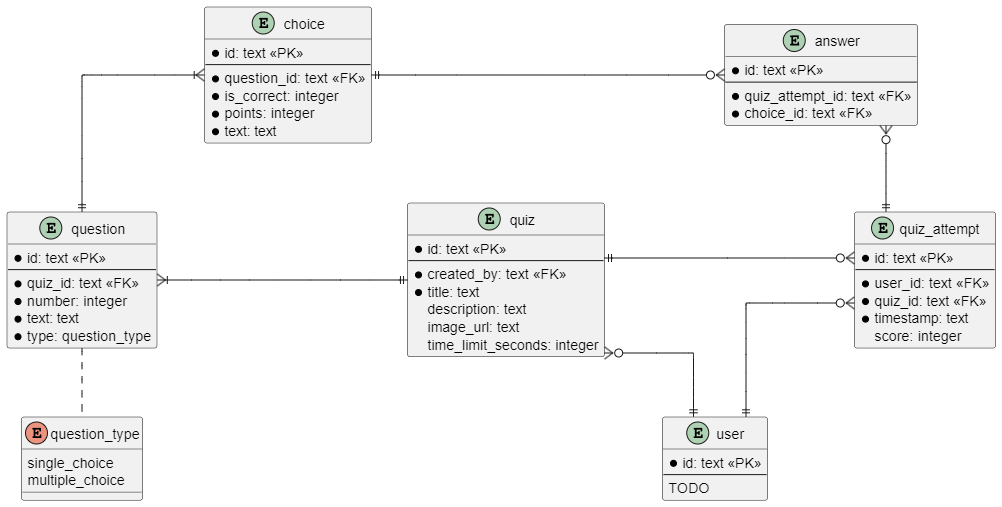
This is design/erd.png from Quizeek/quizeek, a PlantUML export, as it was before one commit. Its source is kept beside it as design/erd.puml.
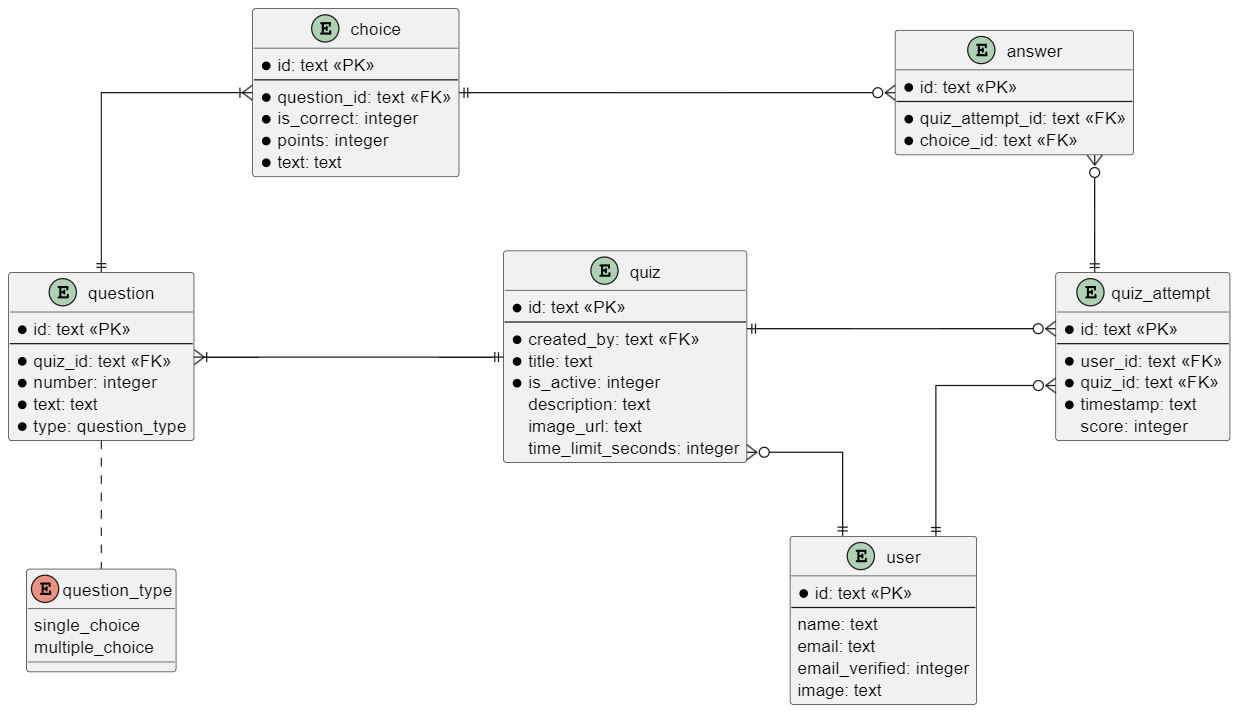
After the change.

Diff of the diagram source:
```diff
@@ -5,7 +5,10 @@
 entity user {
     *id: text <<PK>>
     ---
-    TODO
+    name: text
+    email: text
+    email_verified: integer
+    image: text
 }
 
 entity quiz {
@@ -13,6 +16,7 @@
     ---
     *created_by: text <<FK>>
     *title: text
+    *is_active: integer
     description: text
     image_url: text
     time_limit_seconds: integer
```
